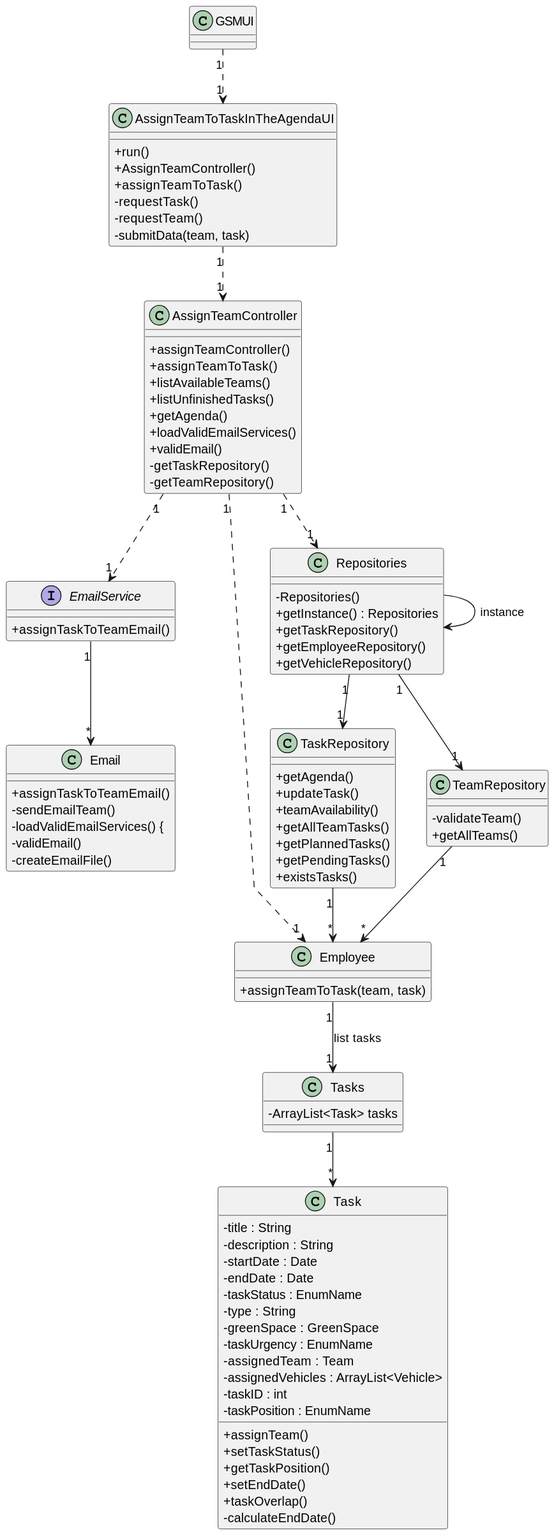
This is docs/sprintC/US023/03.design/svg/us023-class-diagram.svg from LopemigueISEP/lei-24-s2-1nb-g312, a PlantUML export, as it was before one commit.
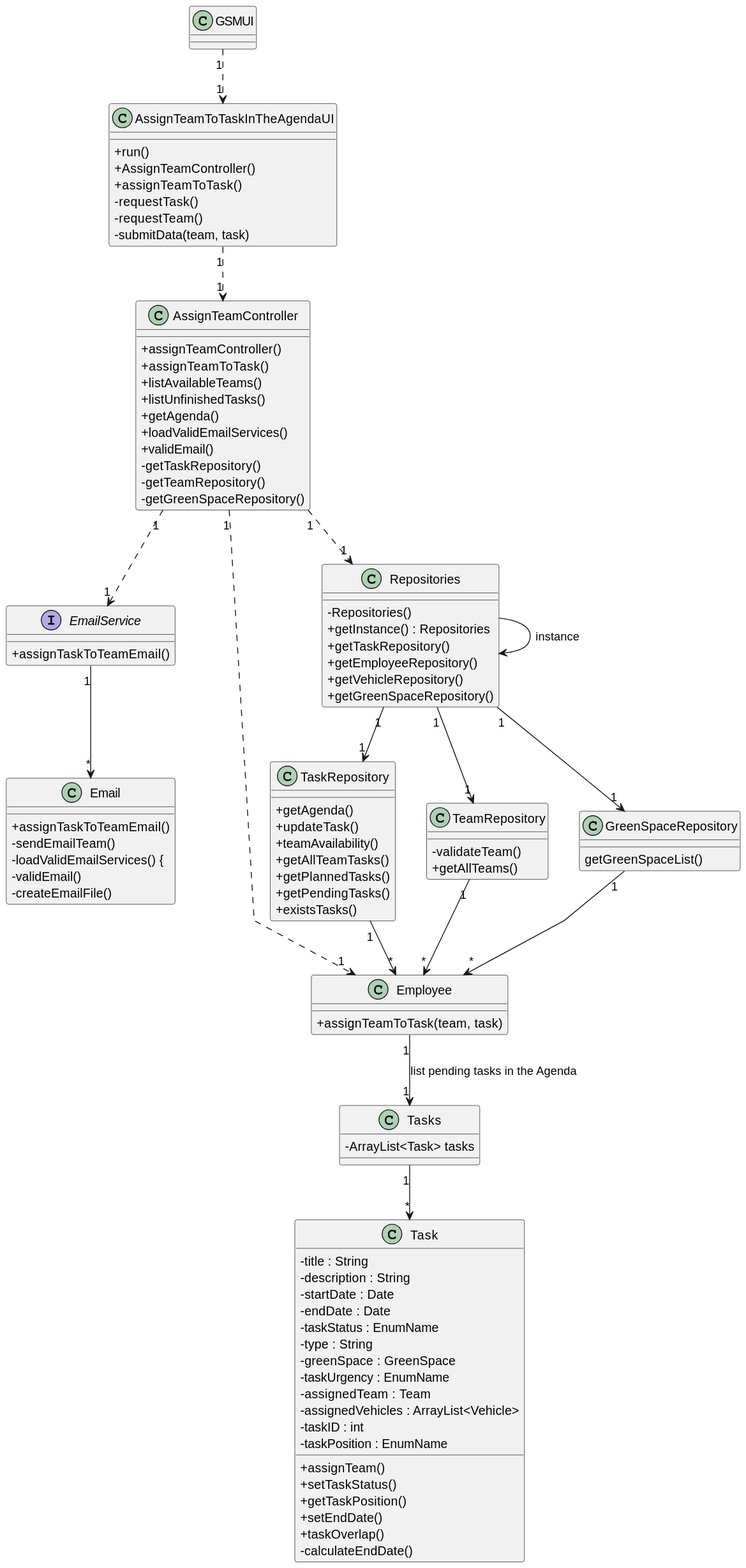
Later version of the same file.

Change to the diagram source:
```diff
@@ -28,6 +28,7 @@
 +validEmail()
 -getTaskRepository()
 -getTeamRepository()
+-getGreenSpaceRepository()
 }
 
 interface EmailService{
@@ -84,12 +85,17 @@
 +getAllTeams()
 }
 
+class GreenSpaceRepository{
+getGreenSpaceList()
+}
+
 class Repositories {
     - Repositories()
     + getInstance() : Repositories
     + getTaskRepository()
     + getEmployeeRepository()
     + getVehicleRepository()
+    + getGreenSpaceRepository()
 
 }
 
@@ -111,9 +117,11 @@
 
 Repositories "1"--> "1" TaskRepository
 Repositories "1"--> "1" TeamRepository
+Repositories "1"--> "1" GreenSpaceRepository
 
 TaskRepository "1"--> "*" Employee
 TeamRepository "1"--> "*" Employee
+GreenSpaceRepository "1"--> "*" Employee
 
 
 
@@ -122,6 +130,6 @@
 AssignTeamController "1" ..> "1" EmailService
 EmailService "1" --> "*" Email
 
-Employee "1" --> "1" Tasks : list tasks
+Employee "1" --> "1" Tasks : list pending tasks in the Agenda
 Tasks "1" --> "*" Task
 @enduml
```
